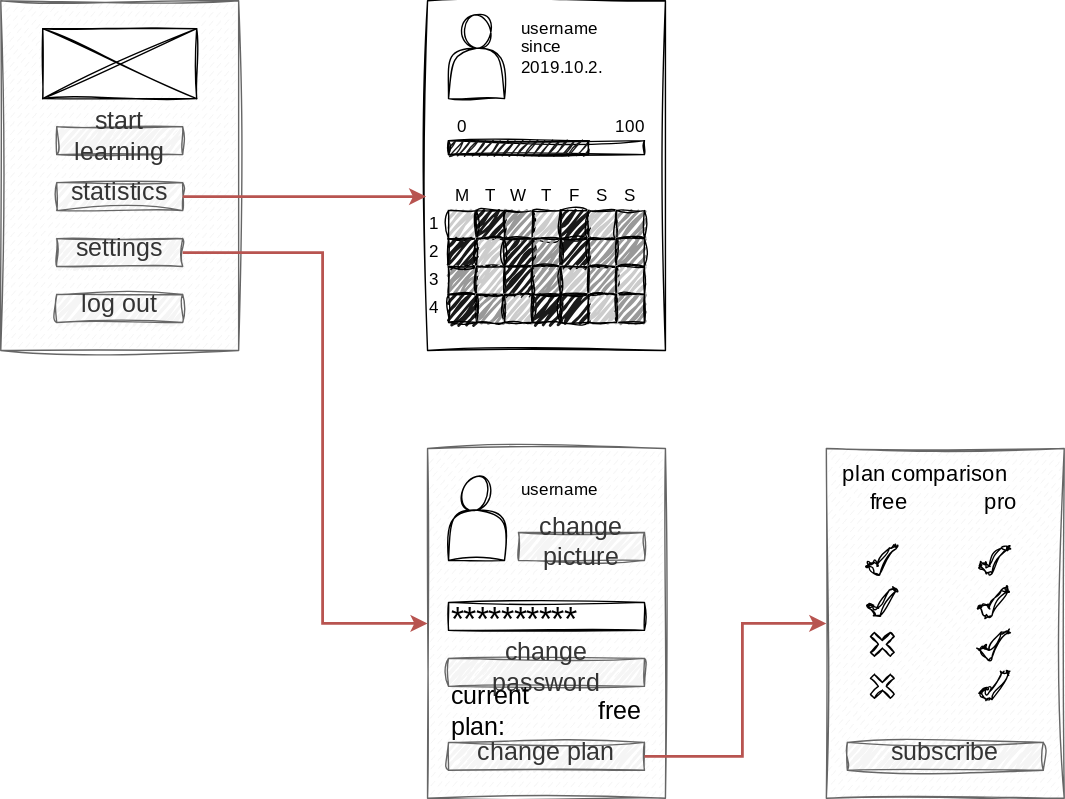
Above: lectures/figures/user_statistics/wireframe_map_2.drawio.svg in pintergreg/software-engineering (draw.io), before the change. Source tidied: cells renumbered, new cells last; positions are measured from the earlier drawing's top-left corner, leaving out a move shared by most shapes.
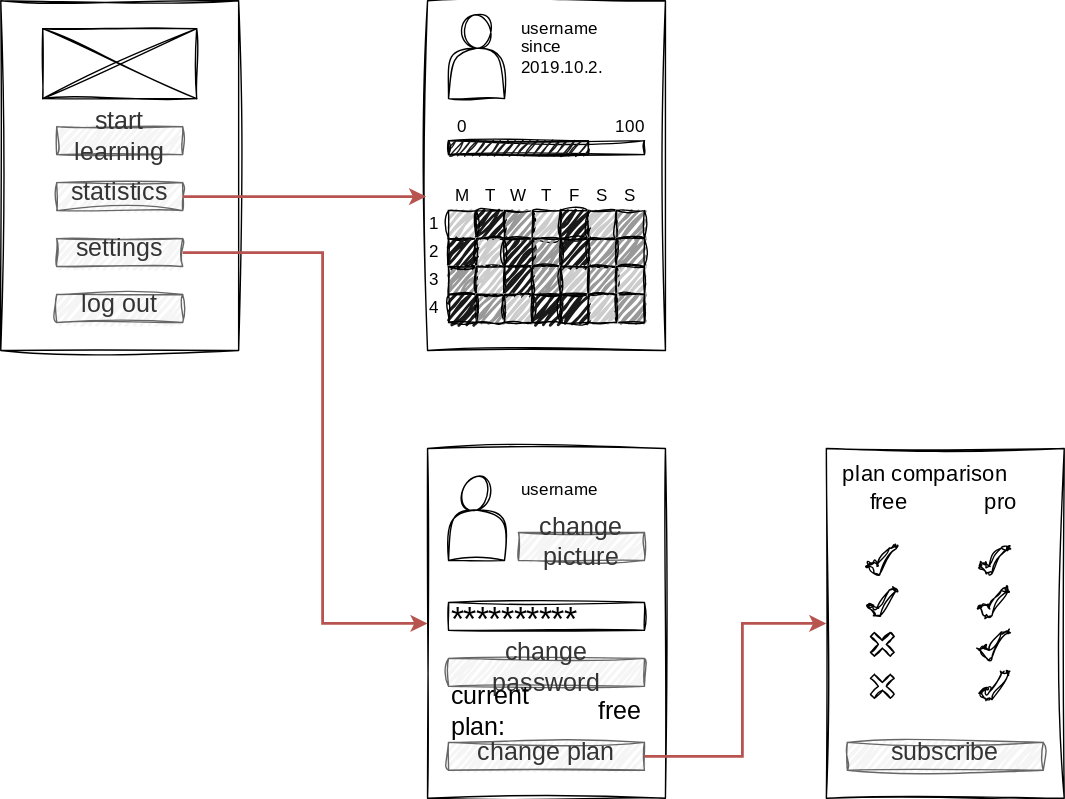
The same diagram one commit later.

What changed in the source:
```diff
@@ -2,7 +2,7 @@
   <root>
     <mxCell id="0" />
     <mxCell id="1" parent="0" />
-    <mxCell id="2" style="rounded=0;whiteSpace=wrap;html=1;sketch=1;curveFitting=1;jiggle=2;fillColor=none;" parent="1" vertex="1">
+    <mxCell id="2" style="rounded=0;whiteSpace=wrap;html=1;sketch=1;curveFitting=1;jiggle=2;" parent="1" vertex="1">
       <mxGeometry x="305" width="170" height="250" as="geometry" />
     </mxCell>
     <mxCell id="3" style="whiteSpace=wrap;html=1;fillColor=#CCCCCC;sketch=1;curveFitting=1;jiggle=2;fillWeight=2;" parent="1" vertex="1">
@@ -143,7 +143,7 @@
     <mxCell id="48" value="since 2019.10.2." style="text;html=1;align=left;verticalAlign=middle;whiteSpace=wrap;rounded=0;fontFamily=Delicious Handrawn;fontSource=https%3A%2F%2Ffonts.googleapis.com%2Fcss%3Ffamily%3DDelicious%2BHandrawn;" parent="1" vertex="1">
       <mxGeometry x="370" y="30" width="90" height="20" as="geometry" />
     </mxCell>
-    <mxCell id="49" style="rounded=0;whiteSpace=wrap;html=1;sketch=1;curveFitting=1;jiggle=2;fillColor=#f5f5f5;fillStyle=dashed;strokeColor=#666666;fontColor=#333333;" parent="1" vertex="1">
+    <mxCell id="49" style="rounded=0;whiteSpace=wrap;html=1;sketch=1;curveFitting=1;jiggle=2;fillStyle=auto;" parent="1" vertex="1">
       <mxGeometry width="170" height="250" as="geometry" />
     </mxCell>
     <mxCell id="50" value="log out" style="rounded=0;whiteSpace=wrap;html=1;sketch=1;curveFitting=1;jiggle=2;fillColor=#f5f5f5;fontColor=#333333;strokeColor=#666666;fillWeight=2;fontFamily=Delicious Handrawn;fontSource=https%3A%2F%2Ffonts.googleapis.com%2Fcss%3Ffamily%3DDelicious%2BHandrawn;fontSize=18;spacingBottom=6;" parent="1" vertex="1">
@@ -172,7 +172,7 @@
         <mxPoint x="304" y="140" as="targetPoint" />
       </mxGeometry>
     </mxCell>
-    <mxCell id="58" style="rounded=0;whiteSpace=wrap;html=1;sketch=1;curveFitting=1;jiggle=2;fillColor=#f5f5f5;fillStyle=dashed;strokeColor=#666666;fontColor=#333333;" parent="1" vertex="1">
+    <mxCell id="58" style="rounded=0;whiteSpace=wrap;html=1;sketch=1;curveFitting=1;jiggle=2;fillStyle=auto;" parent="1" vertex="1">
       <mxGeometry x="305" y="320" width="170" height="250" as="geometry" />
     </mxCell>
     <mxCell id="59" style="endArrow=classic;html=1;rounded=0;strokeWidth=2;fillColor=#f8cecc;strokeColor=#b85450;exitX=1;exitY=0.5;exitDx=0;exitDy=0;entryX=0;entryY=0.5;entryDx=0;entryDy=0;" parent="1" edge="1" source="52" target="58">
@@ -207,7 +207,7 @@
     <mxCell id="67" value="change plan" style="rounded=0;whiteSpace=wrap;html=1;sketch=1;curveFitting=1;jiggle=2;fillColor=#f5f5f5;fontColor=#333333;strokeColor=#666666;fillWeight=2;fontFamily=Delicious Handrawn;fontSource=https%3A%2F%2Ffonts.googleapis.com%2Fcss%3Ffamily%3DDelicious%2BHandrawn;fontSize=18;spacingBottom=6;" parent="1" vertex="1">
       <mxGeometry x="320" y="530" width="140" height="20" as="geometry" />
     </mxCell>
-    <mxCell id="68" style="rounded=0;whiteSpace=wrap;html=1;sketch=1;curveFitting=1;jiggle=2;fillColor=#f5f5f5;fillStyle=dashed;strokeColor=#666666;fontColor=#333333;" parent="1" vertex="1">
+    <mxCell id="68" style="rounded=0;whiteSpace=wrap;html=1;sketch=1;curveFitting=1;jiggle=2;fillStyle=auto;" parent="1" vertex="1">
       <mxGeometry x="590" y="320" width="170" height="250" as="geometry" />
     </mxCell>
     <mxCell id="69" value="plan comparison" style="text;html=1;align=left;verticalAlign=middle;whiteSpace=wrap;rounded=0;fontFamily=Delicious Handrawn;fontSource=https%3A%2F%2Ffonts.googleapis.com%2Fcss%3Ffamily%3DDelicious%2BHandrawn;fontSize=16;spacingBottom=4;" parent="1" vertex="1">
```
